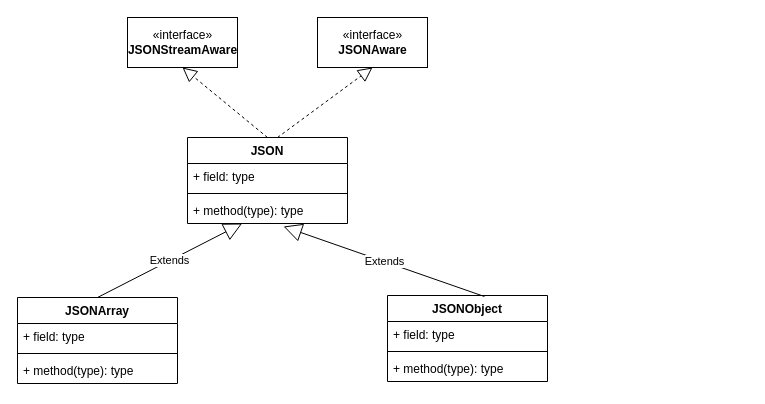
Above: fastjson.drawio in tadsimons/draw (draw.io), before the change. Source tidied: cells renumbered, new cells numbered last; positions are measured from the earlier drawing's top-left corner, leaving out a move shared by most shapes. Both pictures are drawn from the tidied source at 100%, with x=0, y=0 at pixel (17, 17).
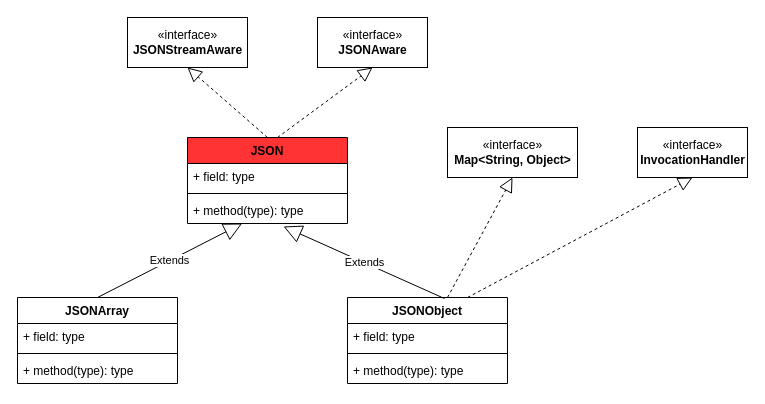
Above is the later version.

What changed in the source:
```diff
@@
-    <mxCell id="2" value="JSON" style="swimlane;fontStyle=1;align=center;verticalAlign=top;horizontal=1;startSize=26;" parent="1" vertex="1">
+    <mxCell id="2" value="JSON" style="swimlane;fontStyle=1;align=center;verticalAlign=top;horizontal=1;startSize=26;fillColor=#FF3333;" parent="1" vertex="1">
       <mxGeometry x="170" y="120" width="160" height="86" as="geometry" />
     </mxCell>
@@
     <mxCell id="8" value="«interface»&lt;br&gt;&lt;b&gt;JSONStreamAware&lt;/b&gt;" style="html=1;" parent="1" vertex="1">
-      <mxGeometry x="110" width="110" height="50" as="geometry" />
+      <mxGeometry x="110" width="120" height="50" as="geometry" />
     </mxCell>
@@
     <mxCell id="15" value="JSONObject" style="swimlane;fontStyle=1;align=center;verticalAlign=top;horizontal=1;startSize=26;" parent="1" vertex="1">
-      <mxGeometry x="370" y="278" width="160" height="86" as="geometry" />
+      <mxGeometry x="330" y="280" width="160" height="86" as="geometry" />
     </mxCell>
+    <mxCell id="20" style="endArrow=block;dashed=1;endFill=0;endSize=12;html=1;entryX=0.5;entryY=1;entryDx=0;entryDy=0;" parent="15" edge="1" target="22">
+      <mxGeometry relative="1" as="geometry">
+        <mxPoint x="100" as="sourcePoint" />
+      </mxGeometry>
+    </mxCell>
+    <mxCell id="21" style="endArrow=block;dashed=1;endFill=0;endSize=12;html=1;entryX=0.5;entryY=1;entryDx=0;entryDy=0;" parent="15" edge="1" target="23">
+      <mxGeometry relative="1" as="geometry">
+        <mxPoint x="120" as="sourcePoint" />
+      </mxGeometry>
+    </mxCell>
@@
+    <mxCell id="22" value="«interface»&lt;br&gt;&lt;b&gt;Map&amp;lt;String, Object&amp;gt;&lt;/b&gt;" style="html=1;fillColor=#FFFFFF;" parent="1" vertex="1">
+      <mxGeometry x="430" y="110" width="130" height="50" as="geometry" />
+    </mxCell>
+    <mxCell id="23" value="«interface»&lt;br&gt;&lt;b&gt;InvocationHandler&lt;/b&gt;" style="html=1;fillColor=#FFFFFF;" parent="1" vertex="1">
+      <mxGeometry x="620" y="110" width="110" height="50" as="geometry" />
+    </mxCell>
```
